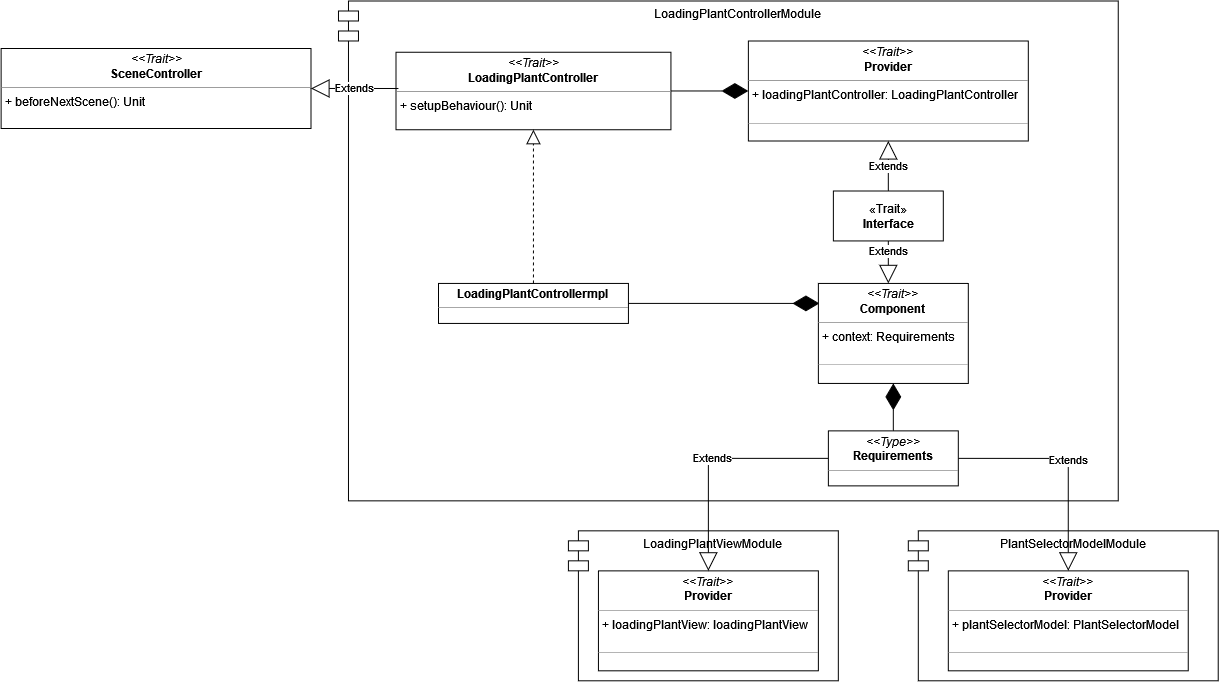
Above: docs/img/loading_plant_controller.png in AnnaVitali/PPS-22-smartgh (draw.io), before the change. Source tidied: cells renumbered, new cells last; positions are measured from the earlier drawing's top-left corner, leaving out a move shared by most shapes.
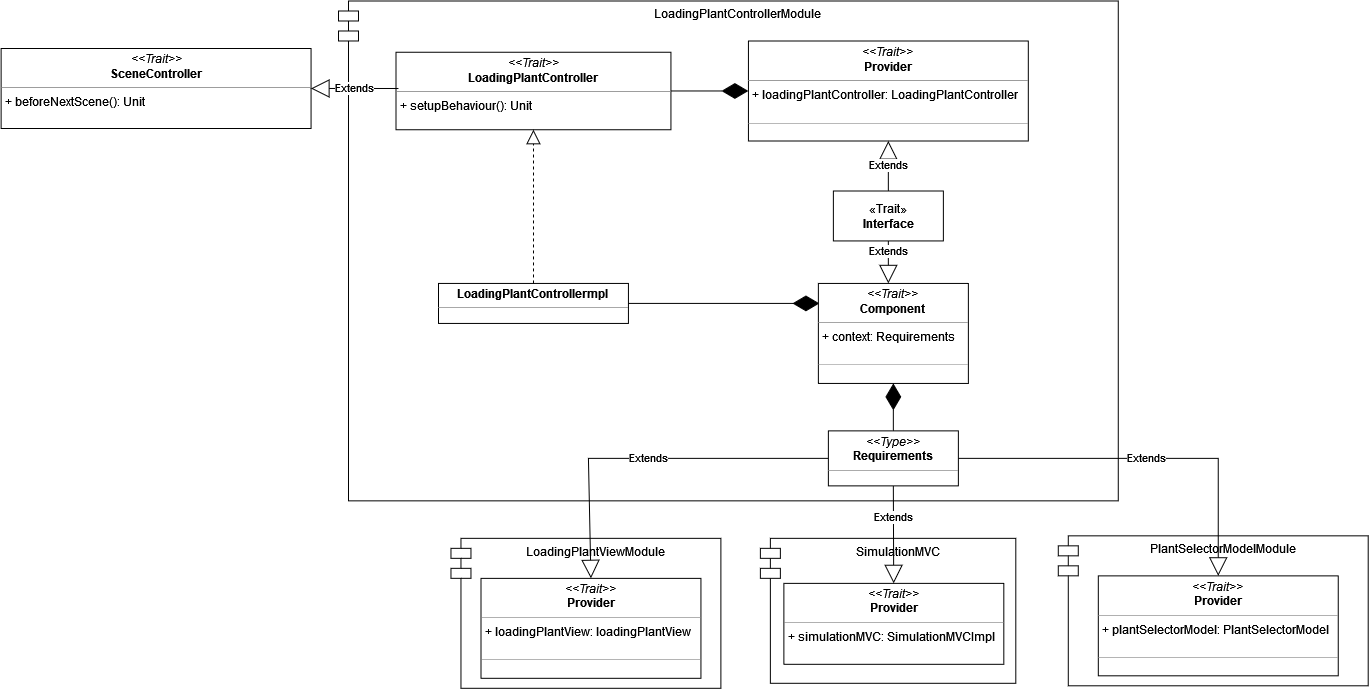
After the commit.

The edit, as a diff of the source:
```diff
@@ -3,10 +3,10 @@
     <mxCell id="0" />
     <mxCell id="1" parent="0" />
     <mxCell id="2" value="PlantSelectorModelModule" style="shape=module;align=left;spacingLeft=20;align=center;verticalAlign=top;fillColor=none;" parent="1" vertex="1">
-      <mxGeometry x="908" y="530.5" width="310" height="150" as="geometry" />
+      <mxGeometry x="1058" y="535.5" width="310" height="150" as="geometry" />
     </mxCell>
     <mxCell id="3" value="LoadingPlantViewModule" style="shape=module;align=left;spacingLeft=20;align=center;verticalAlign=top;fillColor=none;" parent="1" vertex="1">
-      <mxGeometry x="568" y="530.5" width="270" height="150" as="geometry" />
+      <mxGeometry x="450.5" y="538" width="270" height="150" as="geometry" />
     </mxCell>
     <mxCell id="4" value="LoadingPlantControllerModule" style="shape=module;align=left;spacingLeft=20;align=center;verticalAlign=top;fillColor=none;" parent="1" vertex="1">
       <mxGeometry x="338" y="0.5" width="780" height="500" as="geometry" />
@@ -47,10 +47,10 @@
       <mxGeometry x="818" y="283" width="150" height="100" as="geometry" />
     </mxCell>
     <mxCell id="16" value="&lt;p style=&quot;margin:0px;margin-top:4px;text-align:center;&quot;&gt;&lt;i&gt;&amp;lt;&amp;lt;Trait&amp;gt;&amp;gt;&lt;/i&gt;&lt;br&gt;&lt;b&gt;Provider&lt;/b&gt;&lt;br&gt;&lt;/p&gt;&lt;hr size=&quot;1&quot;&gt;&lt;p style=&quot;margin:0px;margin-left:4px;&quot;&gt;+ plantSelectorModel: PlantSelectorModel&lt;br&gt;&lt;br&gt;&lt;/p&gt;&lt;hr size=&quot;1&quot;&gt;" style="verticalAlign=top;align=left;overflow=fill;fontSize=12;fontFamily=Helvetica;html=1;fillColor=default;" parent="1" vertex="1">
-      <mxGeometry x="948" y="570.5" width="240" height="100" as="geometry" />
+      <mxGeometry x="1098" y="575.5" width="240" height="100" as="geometry" />
     </mxCell>
     <mxCell id="17" value="&lt;p style=&quot;margin:0px;margin-top:4px;text-align:center;&quot;&gt;&lt;i&gt;&amp;lt;&amp;lt;Trait&amp;gt;&amp;gt;&lt;/i&gt;&lt;br&gt;&lt;b&gt;Provider&lt;/b&gt;&lt;br&gt;&lt;/p&gt;&lt;hr size=&quot;1&quot;&gt;&lt;p style=&quot;margin:0px;margin-left:4px;&quot;&gt;+ loadingPlantView: loadingPlantView&lt;br&gt;&lt;br&gt;&lt;/p&gt;&lt;hr size=&quot;1&quot;&gt;" style="verticalAlign=top;align=left;overflow=fill;fontSize=12;fontFamily=Helvetica;html=1;fillColor=default;" parent="1" vertex="1">
-      <mxGeometry x="598" y="570.5" width="220" height="100" as="geometry" />
+      <mxGeometry x="480.5" y="578" width="220" height="100" as="geometry" />
     </mxCell>
     <mxCell id="18" style="endArrow=diamondThin;endFill=1;endSize=24;html=1;rounded=0;exitX=0.5;exitY=0;exitDx=0;exitDy=0;" parent="1" edge="1" source="14" target="15">
       <mxGeometry relative="1" as="geometry" />
@@ -61,7 +61,7 @@
     <mxCell id="20" value="Extends" style="endArrow=block;endSize=16;endFill=0;html=1;rounded=0;entryX=0.5;entryY=0;entryDx=0;entryDy=0;exitX=0;exitY=0.5;exitDx=0;exitDy=0;" parent="1" edge="1" source="14" target="17">
       <mxGeometry relative="1" as="geometry">
         <Array as="points">
-          <mxPoint x="708" y="458" />
+          <mxPoint x="588" y="458" />
         </Array>
       </mxGeometry>
     </mxCell>
@@ -71,5 +71,14 @@
     <mxCell id="22" value="Extends" style="endArrow=block;endSize=16;endFill=0;html=1;rounded=0;entryX=1;entryY=0.5;entryDx=0;entryDy=0;exitX=0.009;exitY=0.468;exitDx=0;exitDy=0;exitPerimeter=0;" parent="1" edge="1" source="5" target="6">
       <mxGeometry relative="1" as="geometry" />
     </mxCell>
+    <mxCell id="23" value="SimulationMVC" style="shape=module;align=left;spacingLeft=20;align=center;verticalAlign=top;fillColor=none;" parent="1" vertex="1">
+      <mxGeometry x="760" y="538" width="255.5" height="145" as="geometry" />
+    </mxCell>
+    <mxCell id="24" value="&lt;p style=&quot;margin:0px;margin-top:4px;text-align:center;&quot;&gt;&lt;i&gt;&amp;lt;&amp;lt;Trait&amp;gt;&amp;gt;&lt;/i&gt;&lt;br&gt;&lt;b&gt;Provider&lt;/b&gt;&lt;br&gt;&lt;/p&gt;&lt;hr size=&quot;1&quot;&gt;&lt;p style=&quot;margin:0px;margin-left:4px;&quot;&gt;+ simulationMVC: SimulationMVCImpl&lt;br&gt;&lt;/p&gt;" style="verticalAlign=top;align=left;overflow=fill;fontSize=12;fontFamily=Helvetica;html=1;fillColor=default;" parent="1" vertex="1">
+      <mxGeometry x="783.5" y="583" width="220" height="81" as="geometry" />
+    </mxCell>
+    <mxCell id="25" value="Extends" style="endArrow=block;endSize=16;endFill=0;html=1;rounded=0;exitX=0.5;exitY=1;exitDx=0;exitDy=0;" parent="1" edge="1" source="14" target="24">
+      <mxGeometry x="-0.33" relative="1" as="geometry" />
+    </mxCell>
   </root>
 </mxGraphModel>
```
